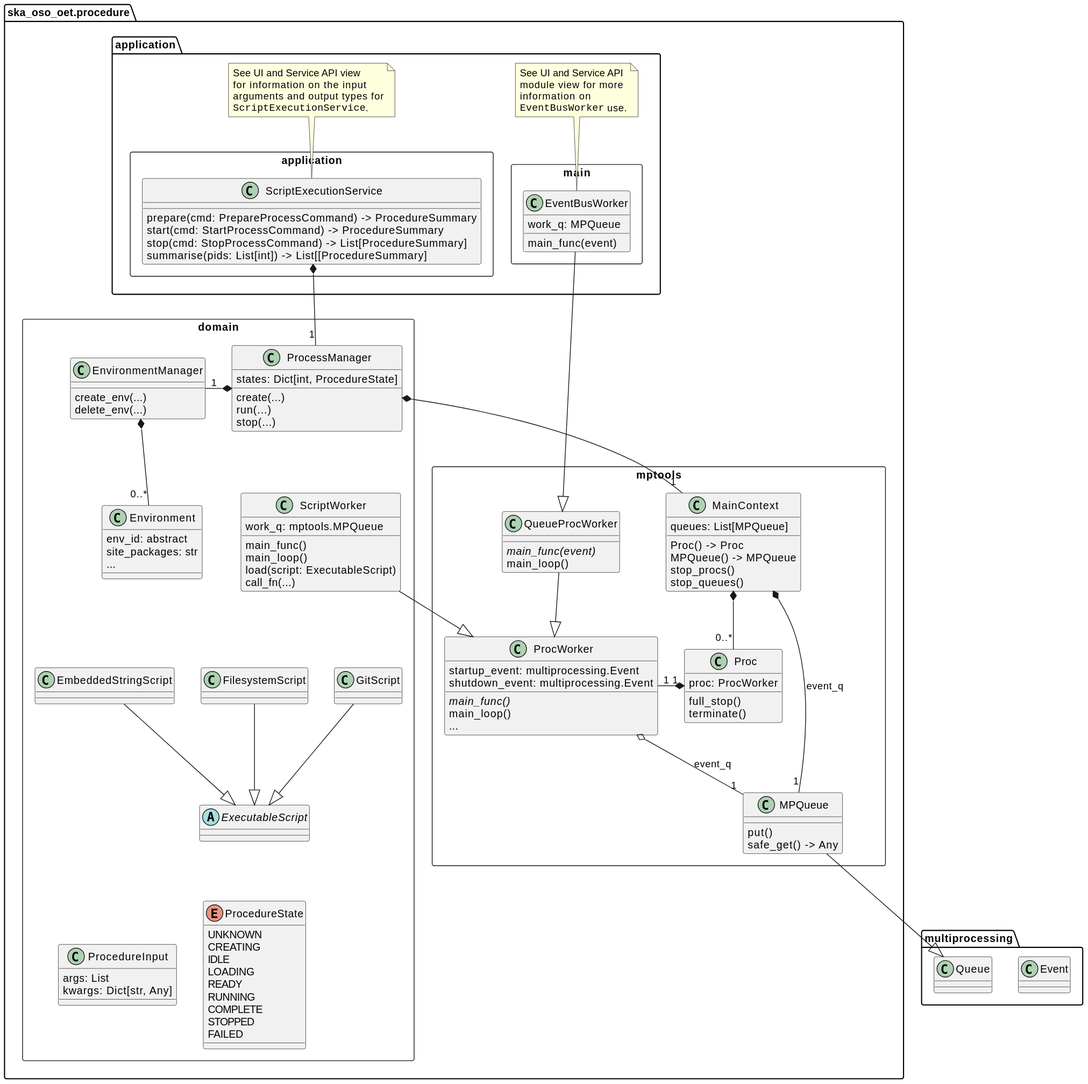
Above: docs/src/diagrams/export/backend_module_script_execution_primary.svg in ska-telescope/observation-execution-tool (PlantUML), before the change.
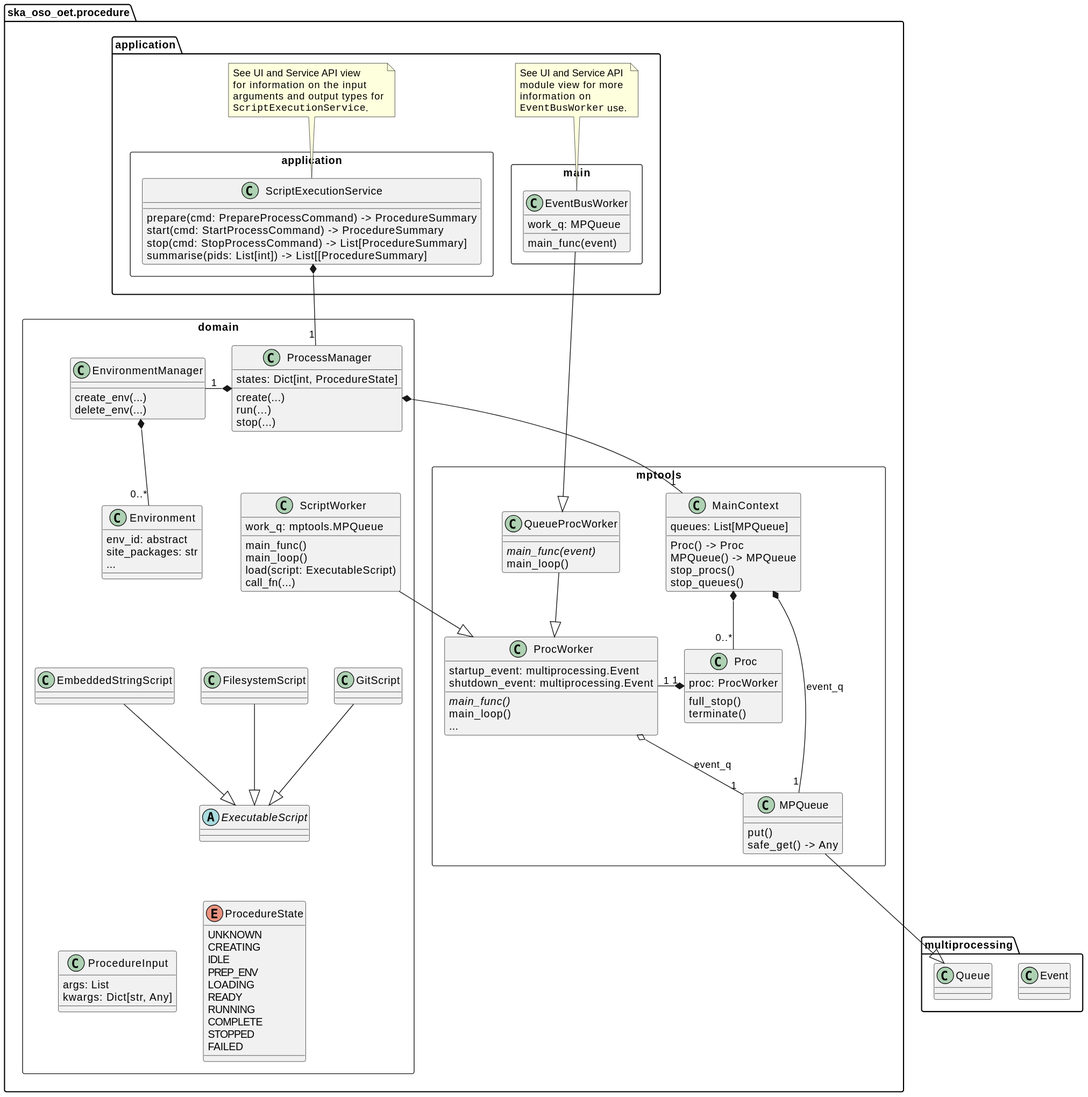
Above is the later version.

Commit message:
AT2-1392 PREP_ENV state was not in diagram

Change to the diagram source:
```diff
@@ -112,6 +112,7 @@
             UNKNOWN
             CREATING
             IDLE
+            PREP_ENV
             LOADING
             READY
             RUNNING
```
